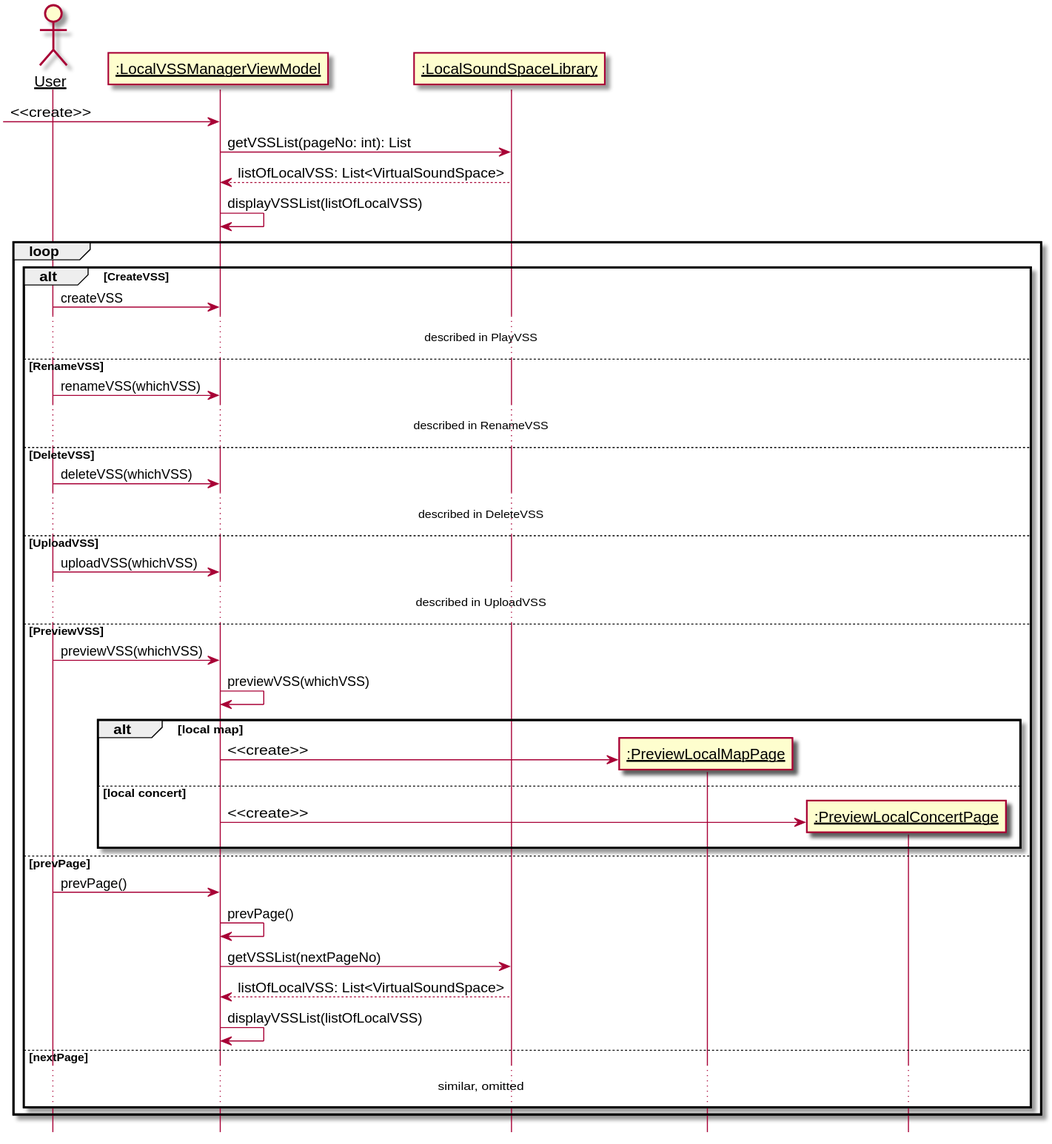
The PlantUML diagram 设计/Diagrams/ManageLocalVSSLibrary.svg in kpp19920121/doc, before a commit.
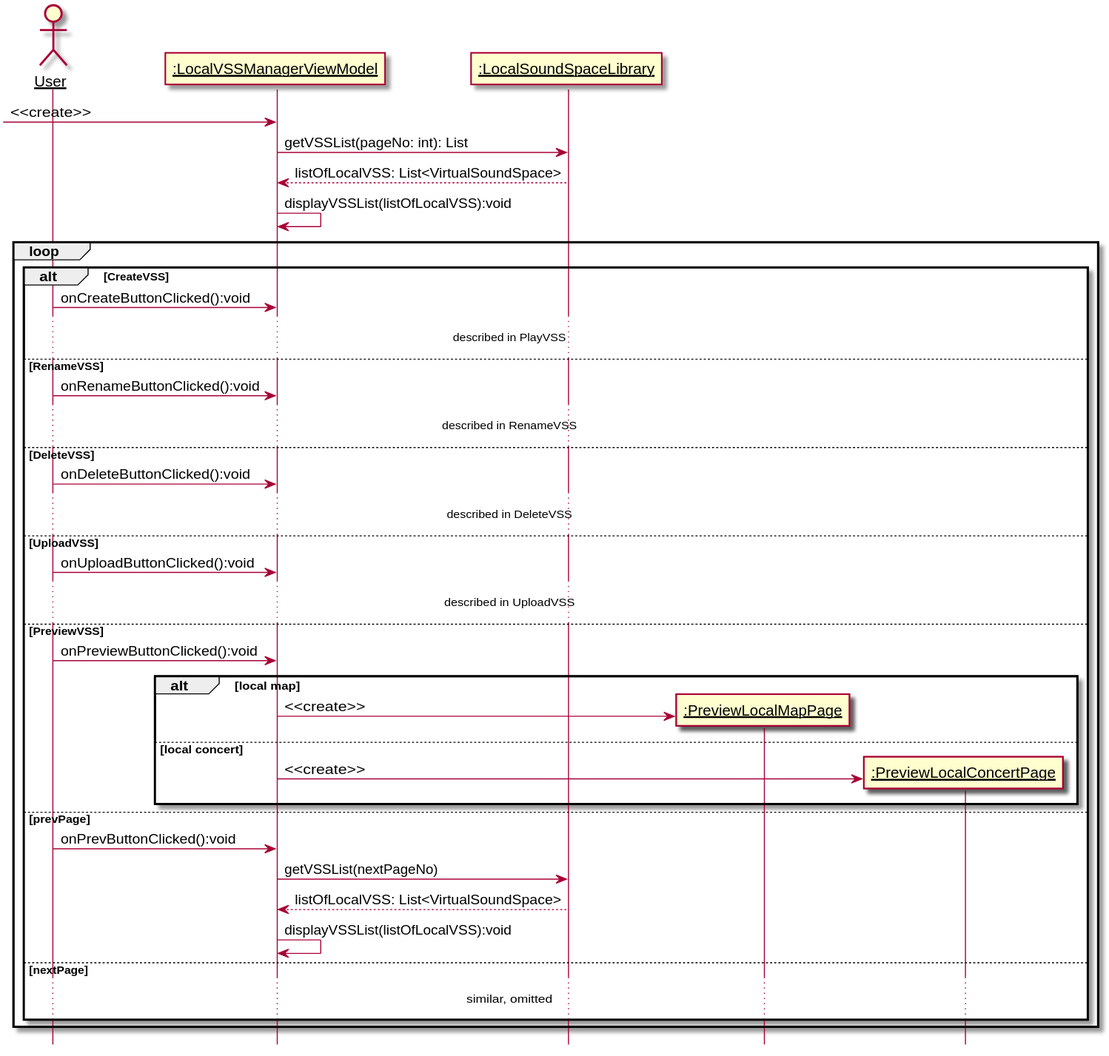
Later version of the same file.

Commit message:
完成两个顺序图、类图的同步

What changed in the source:
```diff
@@ -10,24 +10,23 @@
 [-> boundary: <<create>>
 boundary -> library: getVSSList(pageNo: int): List
 library --> boundary: listOfLocalVSS: List<VirtualSoundSpace>
-boundary -> boundary: displayVSSList(listOfLocalVSS)
+boundary -> boundary: displayVSSList(listOfLocalVSS):void
 
 loop
     alt CreateVSS
-        user -> boundary: createVSS
+        user -> boundary: onCreateButtonClicked():void
         ...described in PlayVSS...
     else RenameVSS
-        user -> boundary: renameVSS(whichVSS)
+        user -> boundary: onRenameButtonClicked():void
         ...described in RenameVSS...
     else DeleteVSS
-        user -> boundary: deleteVSS(whichVSS)
+        user -> boundary: onDeleteButtonClicked():void
         ...described in DeleteVSS...
     else UploadVSS
-        user -> boundary: uploadVSS(whichVSS)
+        user -> boundary: onUploadButtonClicked():void
         ...described in UploadVSS...
     else PreviewVSS
-        user -> boundary: previewVSS(whichVSS)
-        boundary -> boundary: previewVSS(whichVSS)
+        user -> boundary: onPreviewButtonClicked():void
         alt local map
             participant ":PreviewLocalMapPage" as plmp
             create plmp
@@ -39,11 +38,10 @@
             boundary -> plcp: <<create>>
         end
     else prevPage
-        user -> boundary: prevPage()
-        boundary -> boundary: prevPage()
+        user -> boundary: onPrevButtonClicked():void
         boundary -> library: getVSSList(nextPageNo)
         library --> boundary: listOfLocalVSS: List<VirtualSoundSpace>
-        boundary -> boundary: displayVSSList(listOfLocalVSS)
+        boundary -> boundary: displayVSSList(listOfLocalVSS):void
     else nextPage
     ...similar, omitted...
     end
```
